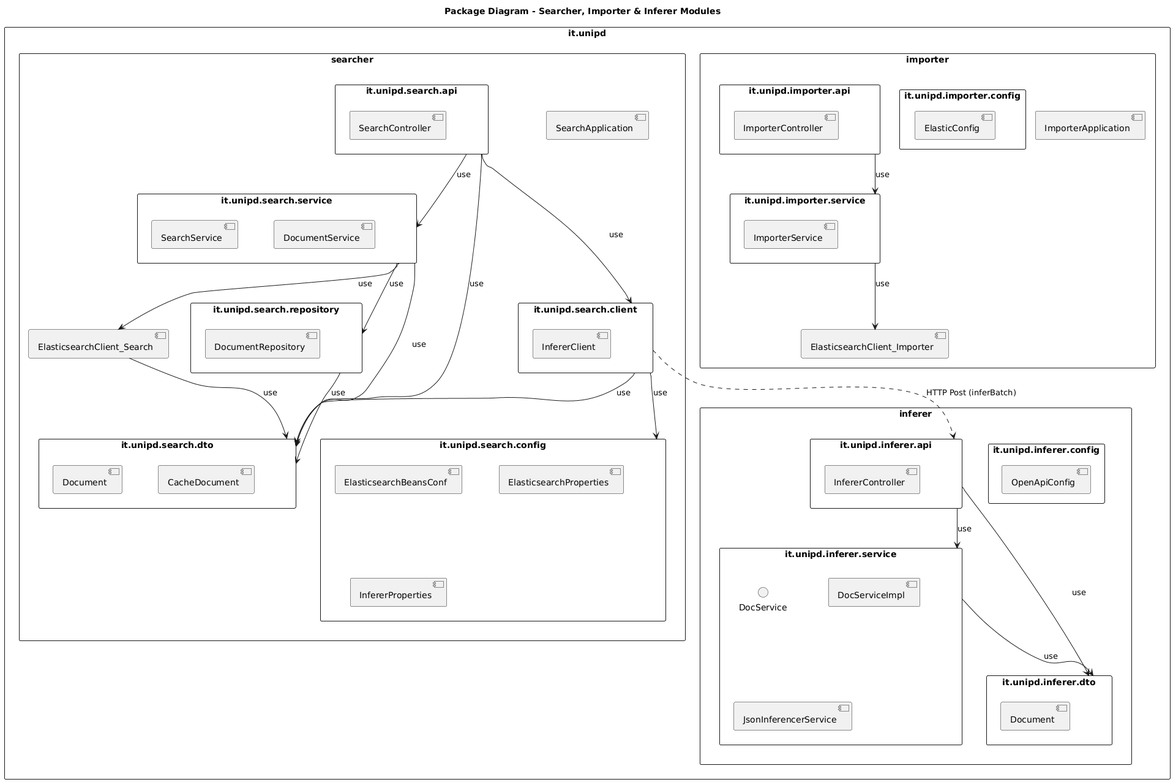
This is documentation/Immagini presentazione/4+1 view model/PROTOTIPI_Implementation_developer_view/Package diagram/package_diag.png from esspadoo/microservices-web-app, a PlantUML export, as it was before one commit. Source of this version:
```plantuml
@startuml
skinparam packageStyle rectangle
skinparam shadowing false
skinparam nodesep 60
skinparam ranksep 60

title Package Diagram - Searcher, Importer & Inferer Modules

package "it.unipd" {

    package "searcher" {
        package "it.unipd.search.api" as search_api {
            [SearchController]
        }
        package "it.unipd.search.service" as search_service {
            [SearchService]
            [DocumentService]
        }
        package "it.unipd.search.repository" as search_repo {
            [DocumentRepository]
        }
        package "it.unipd.search.dto" as search_dto {
            [Document]
            [CacheDocument]
        }
        package "it.unipd.search.client" as search_client {
            [InfererClient]
        }
        package "it.unipd.search.config" as search_config {
            [ElasticsearchBeansConf]
            [ElasticsearchProperties]
            [InfererProperties]
        }

        [ElasticsearchClient_Search] as search_es_client
        [SearchApplication] as search_app
    }

    package "importer" {
        package "it.unipd.importer.api" as imp_api {
            [ImporterController]
        }
        package "it.unipd.importer.service" as imp_service {
            [ImporterService]
        }
        package "it.unipd.importer.config" as imp_config {
            [ElasticConfig]
        }

        [ElasticsearchClient_Importer] as imp_es_client
        [ImporterApplication] as imp_app
    }

    package "inferer" {
        package "it.unipd.inferer.api" as inf_api {
            [InfererController]
        }
        package "it.unipd.inferer.service" as inf_service {
            interface DocService
            [DocServiceImpl]
            [JsonInferencerService]
        }
        package "it.unipd.inferer.dto" as inf_dto {
            [Document] as InfDoc
        }
        package "it.unipd.inferer.config" as inf_config {
            [OpenApiConfig] as InfOpenApi
        }
    }
}

search_api --> search_service : use
search_api --> search_client : use
search_api --> search_dto : use
search_service --> search_repo : use
search_service --> search_es_client : use
search_service --> search_dto : use
search_repo --> search_dto : use
search_client --> search_config : use
search_client --> search_dto : use
search_es_client --> search_dto : use

imp_api --> imp_service : use
imp_service --> imp_es_client : use

inf_api --> inf_service : use
inf_api --> inf_dto : use
inf_service --> inf_dto : use

search_client ..> inf_api : HTTP Post (inferBatch)
@enduml
```
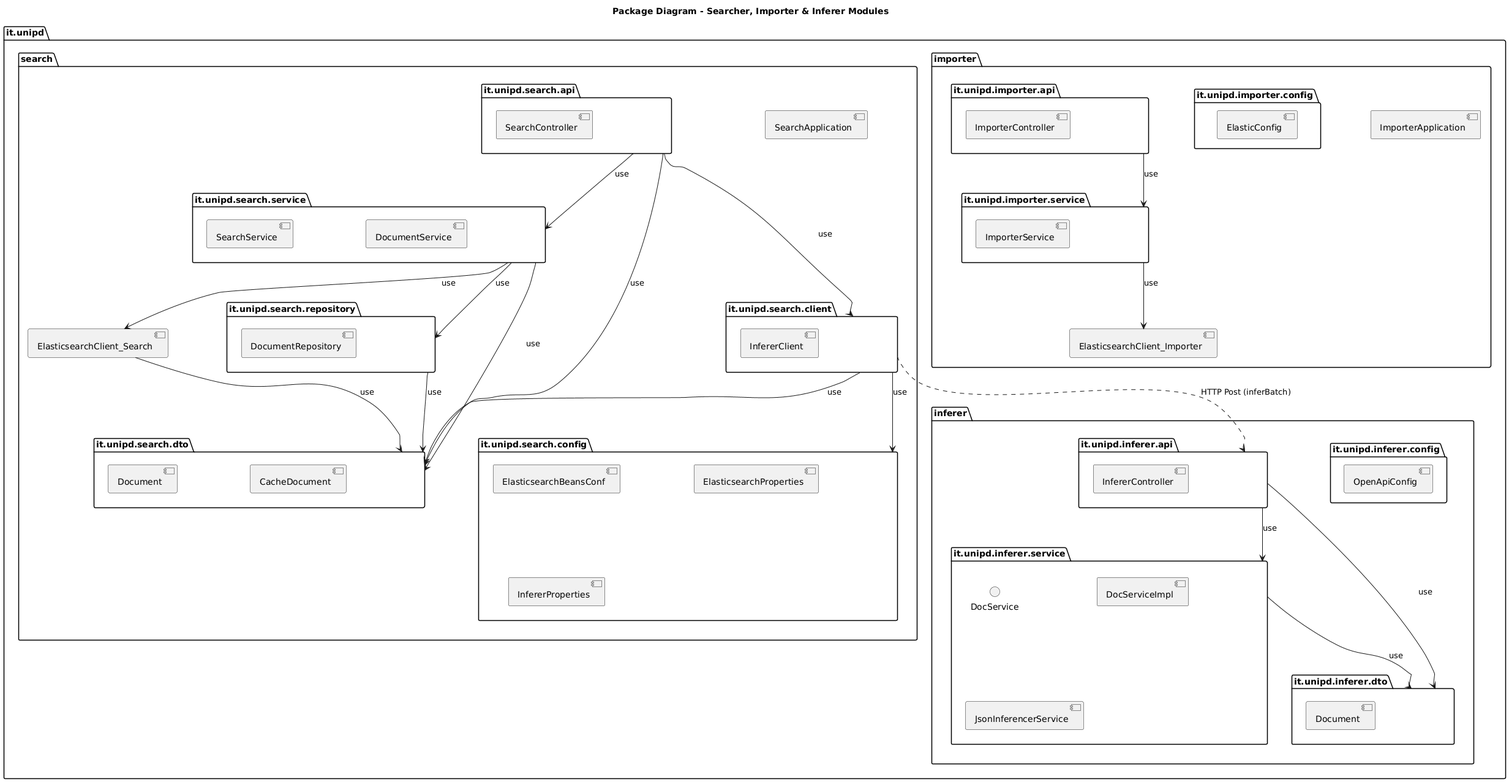
The same file after the commit.

Commit message:
updated package diagrams

The edit, as a diff of the source:
```diff
@@ -1,14 +1,12 @@
 @startuml
-skinparam packageStyle rectangle
-skinparam shadowing false
-skinparam nodesep 60
-skinparam ranksep 60
+skinparam nodesep 120
+skinparam ranksep 80
 
 title Package Diagram - Searcher, Importer & Inferer Modules
 
 package "it.unipd" {
 
-    package "searcher" {
+    package "search" {
         package "it.unipd.search.api" as search_api {
             [SearchController]
         }
```
